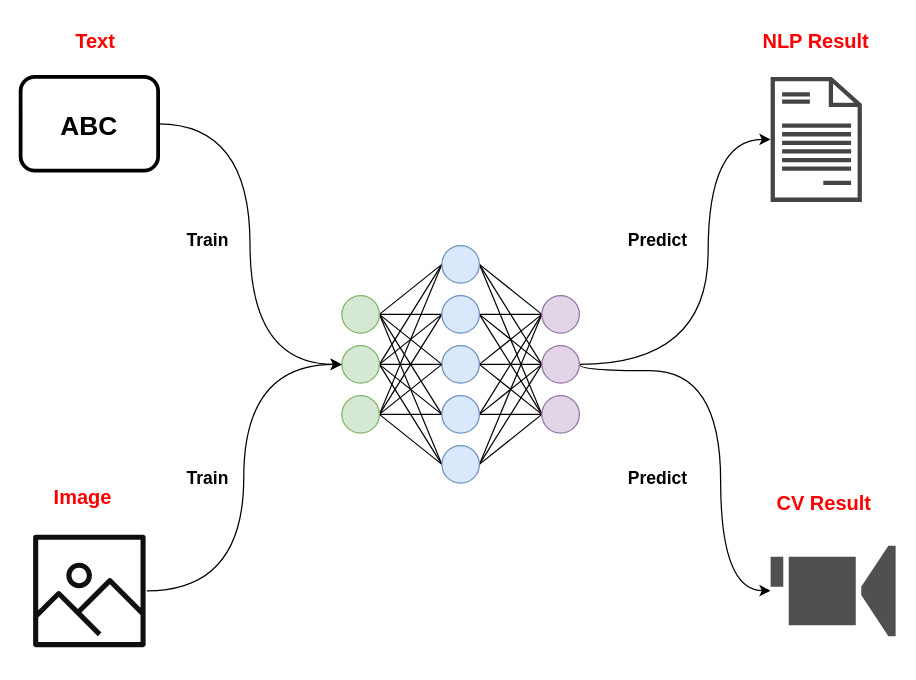
ssl1995/draw keeps this draw.io diagram as page "图1.2 多模态信息检索" (2 of 6) of 论文/第1章/第一章.drawio. Above is the earlier version. Source tidied: cells renumbered, new cells numbered last; positions are measured from the earlier drawing's top-left corner, leaving out a move shared by most shapes. Both pictures are drawn from the tidied source at 125%, with x=0, y=0 at pixel (20, 20).
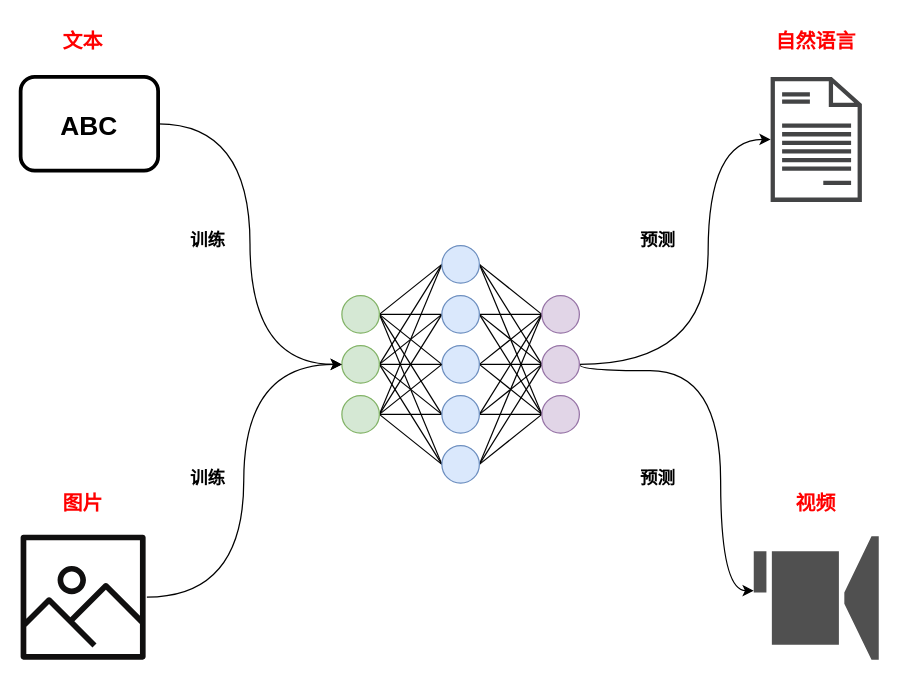
The same page after the edit.

What changed in the source:
```diff
@@
-    <mxCell id="48" value="Text" style="text;strokeColor=none;fillColor=none;align=center;verticalAlign=middle;rounded=0;fontSize=16;fontStyle=1;fontColor=#FF0000;" parent="1" vertex="1">
-      <mxGeometry x="30" width="60" height="30" as="geometry" />
+    <mxCell id="48" value="文本" style="text;strokeColor=none;fillColor=none;align=center;verticalAlign=middle;rounded=0;fontSize=16;fontStyle=1;fontColor=#FF0000;" parent="1" vertex="1">
+      <mxGeometry x="20" width="60" height="30" as="geometry" />
     </mxCell>
     <mxCell id="49" style="sketch=0;shadow=0;dashed=0;strokeColor=none;fillColor=#505050;labelPosition=center;verticalLabelPosition=bottom;verticalAlign=top;outlineConnect=0;align=center;shape=mxgraph.office.devices.video_camera;" parent="1" vertex="1">
-      <mxGeometry x="600" y="420" width="100" height="72.5" as="geometry" />
+      <mxGeometry x="586.5" y="412.5" width="100" height="98.8" as="geometry" />
     </mxCell>
@@
     <mxCell id="51" style="sketch=0;outlineConnect=0;fontColor=#232F3E;gradientColor=none;fillColor=#100f0f;strokeColor=none;dashed=0;verticalLabelPosition=bottom;verticalAlign=top;align=center;fontSize=12;fontStyle=1;shape=mxgraph.aws4.container_registry_image;strokeWidth=1;perimeterSpacing=1;" parent="1" vertex="1">
-      <mxGeometry x="10" y="411.2" width="90" height="90" as="geometry" />
+      <mxGeometry y="411.2" width="100" height="100" as="geometry" />
     </mxCell>
-    <mxCell id="52" value="Train" style="text;strokeColor=none;fillColor=none;align=center;verticalAlign=middle;rounded=0;fontSize=14;fontStyle=1;" parent="1" vertex="1">
+    <mxCell id="52" value="训练" style="text;strokeColor=none;fillColor=none;align=center;verticalAlign=middle;rounded=0;fontSize=14;fontStyle=1;" parent="1" vertex="1">
       <mxGeometry x="120" y="160" width="60" height="30" as="geometry" />
     </mxCell>
-    <mxCell id="53" value="Train" style="text;strokeColor=none;fillColor=none;align=center;verticalAlign=middle;rounded=0;fontSize=14;fontStyle=1;" parent="1" vertex="1">
+    <mxCell id="53" value="训练" style="text;strokeColor=none;fillColor=none;align=center;verticalAlign=middle;rounded=0;fontSize=14;fontStyle=1;" parent="1" vertex="1">
       <mxGeometry x="120" y="350" width="60" height="30" as="geometry" />
     </mxCell>
-    <mxCell id="54" value="Predict" style="text;strokeColor=none;fillColor=none;align=center;verticalAlign=middle;rounded=0;fontSize=14;fontStyle=1;" parent="1" vertex="1">
+    <mxCell id="54" value="预测" style="text;strokeColor=none;fillColor=none;align=center;verticalAlign=middle;rounded=0;fontSize=14;fontStyle=1;" parent="1" vertex="1">
       <mxGeometry x="480" y="160" width="60" height="30" as="geometry" />
     </mxCell>
-    <mxCell id="55" value="Predict" style="text;strokeColor=none;fillColor=none;align=center;verticalAlign=middle;rounded=0;fontSize=14;fontStyle=1;" parent="1" vertex="1">
+    <mxCell id="55" value="预测" style="text;strokeColor=none;fillColor=none;align=center;verticalAlign=middle;rounded=0;fontSize=14;fontStyle=1;" parent="1" vertex="1">
       <mxGeometry x="480" y="350" width="60" height="30" as="geometry" />
     </mxCell>
-    <mxCell id="56" value="Image" style="text;strokeColor=none;fillColor=none;align=center;verticalAlign=middle;rounded=0;fontSize=16;fontStyle=1;fontColor=#FF0000;" parent="1" vertex="1">
-      <mxGeometry x="20" y="365" width="60" height="30" as="geometry" />
+    <mxCell id="56" value="图片" style="text;strokeColor=none;fillColor=none;align=center;verticalAlign=middle;rounded=0;fontSize=16;fontStyle=1;fontColor=#FF0000;" parent="1" vertex="1">
+      <mxGeometry x="20" y="370" width="60" height="30" as="geometry" />
     </mxCell>
-    <mxCell id="57" value="NLP Result" style="text;strokeColor=none;fillColor=none;align=center;verticalAlign=middle;rounded=0;fontSize=16;fontStyle=1;fontColor=#FF0000;" parent="1" vertex="1">
+    <mxCell id="57" value="自然语言" style="text;strokeColor=none;fillColor=none;align=center;verticalAlign=middle;rounded=0;fontSize=16;fontStyle=1;fontColor=#FF0000;" parent="1" vertex="1">
       <mxGeometry x="606.5" width="60" height="30" as="geometry" />
     </mxCell>
-    <mxCell id="58" value="CV Result" style="text;strokeColor=none;fillColor=none;align=center;verticalAlign=middle;rounded=0;fontSize=16;fontStyle=1;fontColor=#FF0000;" parent="1" vertex="1">
-      <mxGeometry x="613" y="370" width="60" height="30" as="geometry" />
+    <mxCell id="58" value="视频" style="text;strokeColor=none;fillColor=none;align=center;verticalAlign=middle;rounded=0;fontSize=16;fontStyle=1;fontColor=#FF0000;" parent="1" vertex="1">
+      <mxGeometry x="606.5" y="370" width="60" height="30" as="geometry" />
     </mxCell>
```
